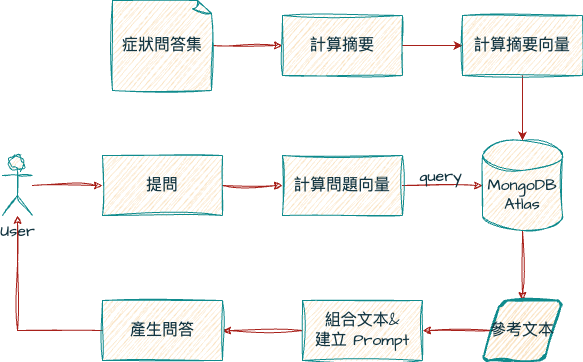
Earlier version of the draw.io export assets/RAG 流程圖.png (nickchen1998/Mediguide). Source tidied: cells renumbered, new cells last; positions are measured from the earlier drawing's top-left corner, leaving out a move shared by most shapes. The source it was exported from:
```xml
<mxGraphModel>
  <root>
    <mxCell id="0" />
    <mxCell id="1" parent="0" />
    <mxCell id="2" style="edgeStyle=orthogonalEdgeStyle;rounded=0;sketch=1;hachureGap=4;jiggle=2;curveFitting=1;jettySize=auto;html=1;fontFamily=Architects Daughter;fontSource=https%3A%2F%2Ffonts.googleapis.com%2Fcss%3Ffamily%3DArchitects%2BDaughter;fontSize=16;labelBackgroundColor=none;strokeColor=#A8201A;fontColor=default;" parent="1" edge="1" source="3" target="5">
      <mxGeometry relative="1" as="geometry" />
    </mxCell>
    <mxCell id="3" value="User" style="shape=umlActor;verticalLabelPosition=bottom;verticalAlign=top;html=1;outlineConnect=0;sketch=1;hachureGap=4;jiggle=2;curveFitting=1;fontFamily=Architects Daughter;fontSource=https%3A%2F%2Ffonts.googleapis.com%2Fcss%3Ffamily%3DArchitects%2BDaughter;fontSize=16;labelBackgroundColor=none;fillColor=#FAE5C7;strokeColor=#0F8B8D;fontColor=#143642;" parent="1" vertex="1">
      <mxGeometry y="155" width="30" height="60" as="geometry" />
    </mxCell>
    <mxCell id="4" style="edgeStyle=orthogonalEdgeStyle;rounded=0;sketch=1;hachureGap=4;jiggle=2;curveFitting=1;jettySize=auto;html=1;fontFamily=Architects Daughter;fontSource=https%3A%2F%2Ffonts.googleapis.com%2Fcss%3Ffamily%3DArchitects%2BDaughter;fontSize=16;labelBackgroundColor=none;strokeColor=#A8201A;fontColor=default;" parent="1" edge="1" source="5" target="8">
      <mxGeometry relative="1" as="geometry" />
    </mxCell>
    <mxCell id="5" value="提問" style="rounded=0;whiteSpace=wrap;html=1;sketch=1;hachureGap=4;jiggle=2;curveFitting=1;fontFamily=Architects Daughter;fontSource=https%3A%2F%2Ffonts.googleapis.com%2Fcss%3Ffamily%3DArchitects%2BDaughter;fontSize=16;labelBackgroundColor=none;fillColor=#FAE5C7;strokeColor=#0F8B8D;fontColor=#143642;" parent="1" vertex="1">
      <mxGeometry x="100" y="155" width="120" height="60" as="geometry" />
    </mxCell>
    <mxCell id="6" style="edgeStyle=orthogonalEdgeStyle;rounded=0;sketch=1;hachureGap=4;jiggle=2;curveFitting=1;jettySize=auto;html=1;fontFamily=Architects Daughter;fontSource=https%3A%2F%2Ffonts.googleapis.com%2Fcss%3Ffamily%3DArchitects%2BDaughter;labelBackgroundColor=none;strokeColor=#A8201A;fontColor=default;fontSize=16;" parent="1" edge="1" source="8" target="10">
      <mxGeometry relative="1" as="geometry" />
    </mxCell>
    <mxCell id="7" value="query" style="edgeLabel;html=1;align=center;verticalAlign=middle;sketch=1;hachureGap=4;jiggle=2;curveFitting=1;fontFamily=Architects Daughter;fontSource=https%3A%2F%2Ffonts.googleapis.com%2Fcss%3Ffamily%3DArchitects%2BDaughter;labelBackgroundColor=none;fontColor=#143642;fontSize=16;" parent="6" vertex="1">
      <mxGeometry x="-0.31" y="-3" relative="1" as="geometry">
        <mxPoint x="9" y="-13" as="offset" />
      </mxGeometry>
    </mxCell>
    <mxCell id="8" value="計算問題向量" style="rounded=0;whiteSpace=wrap;html=1;sketch=1;hachureGap=4;jiggle=2;curveFitting=1;fontFamily=Architects Daughter;fontSource=https%3A%2F%2Ffonts.googleapis.com%2Fcss%3Ffamily%3DArchitects%2BDaughter;fontSize=16;labelBackgroundColor=none;fillColor=#FAE5C7;strokeColor=#0F8B8D;fontColor=#143642;" parent="1" vertex="1">
      <mxGeometry x="280" y="155" width="120" height="60" as="geometry" />
    </mxCell>
    <mxCell id="9" style="edgeStyle=orthogonalEdgeStyle;rounded=0;sketch=1;hachureGap=4;jiggle=2;curveFitting=1;jettySize=auto;html=1;strokeColor=#A8201A;fontFamily=Architects Daughter;fontSource=https%3A%2F%2Ffonts.googleapis.com%2Fcss%3Ffamily%3DArchitects%2BDaughter;fontColor=default;fillColor=#FAE5C7;fontSize=16;labelBackgroundColor=none;" parent="1" edge="1" source="10" target="12">
      <mxGeometry relative="1" as="geometry" />
    </mxCell>
    <mxCell id="10" value="&lt;div&gt;&lt;br&gt;&lt;/div&gt;MongoDB&lt;div&gt;Atlas&lt;/div&gt;" style="strokeWidth=1;html=1;shape=mxgraph.flowchart.database;whiteSpace=wrap;sketch=1;hachureGap=4;jiggle=2;curveFitting=1;fontFamily=Architects Daughter;fontSource=https%3A%2F%2Ffonts.googleapis.com%2Fcss%3Ffamily%3DArchitects%2BDaughter;fontSize=16;labelBackgroundColor=none;fillColor=#FAE5C7;strokeColor=#0F8B8D;fontColor=#143642;" parent="1" vertex="1">
      <mxGeometry x="480" y="140" width="80" height="90" as="geometry" />
    </mxCell>
    <mxCell id="11" style="edgeStyle=orthogonalEdgeStyle;rounded=0;sketch=1;hachureGap=4;jiggle=2;curveFitting=1;jettySize=auto;html=1;strokeColor=#A8201A;fontFamily=Architects Daughter;fontSource=https%3A%2F%2Ffonts.googleapis.com%2Fcss%3Ffamily%3DArchitects%2BDaughter;fontColor=default;fillColor=#FAE5C7;fontSize=16;labelBackgroundColor=none;" parent="1" edge="1" source="12" target="14">
      <mxGeometry relative="1" as="geometry" />
    </mxCell>
    <mxCell id="12" value="參考文本" style="shape=parallelogram;html=1;strokeWidth=2;perimeter=parallelogramPerimeter;whiteSpace=wrap;rounded=1;arcSize=12;size=0.23;sketch=1;hachureGap=4;jiggle=2;curveFitting=1;strokeColor=#0F8B8D;fontFamily=Architects Daughter;fontSource=https%3A%2F%2Ffonts.googleapis.com%2Fcss%3Ffamily%3DArchitects%2BDaughter;fontColor=#143642;fillColor=#FAE5C7;fontSize=16;labelBackgroundColor=none;" parent="1" vertex="1">
      <mxGeometry x="480" y="300" width="80" height="60" as="geometry" />
    </mxCell>
    <mxCell id="13" style="edgeStyle=orthogonalEdgeStyle;rounded=0;sketch=1;hachureGap=4;jiggle=2;curveFitting=1;jettySize=auto;html=1;strokeColor=#A8201A;fontFamily=Architects Daughter;fontSource=https%3A%2F%2Ffonts.googleapis.com%2Fcss%3Ffamily%3DArchitects%2BDaughter;fontColor=default;fillColor=#FAE5C7;fontSize=16;labelBackgroundColor=none;" parent="1" edge="1" source="14" target="16">
      <mxGeometry relative="1" as="geometry" />
    </mxCell>
    <mxCell id="14" value="組合文本&amp;amp;&lt;div&gt;建立 Prompt&lt;/div&gt;" style="rounded=0;whiteSpace=wrap;html=1;sketch=1;hachureGap=4;jiggle=2;curveFitting=1;fontFamily=Architects Daughter;fontSource=https%3A%2F%2Ffonts.googleapis.com%2Fcss%3Ffamily%3DArchitects%2BDaughter;fontSize=16;labelBackgroundColor=none;fillColor=#FAE5C7;strokeColor=#0F8B8D;fontColor=#143642;" parent="1" vertex="1">
      <mxGeometry x="300" y="300" width="120" height="60" as="geometry" />
    </mxCell>
    <mxCell id="15" style="edgeStyle=orthogonalEdgeStyle;rounded=0;sketch=1;hachureGap=4;jiggle=2;curveFitting=1;jettySize=auto;html=1;exitX=0;exitY=0.5;exitDx=0;exitDy=0;strokeColor=#A8201A;fontFamily=Architects Daughter;fontSource=https%3A%2F%2Ffonts.googleapis.com%2Fcss%3Ffamily%3DArchitects%2BDaughter;fontColor=default;fillColor=#FAE5C7;fontSize=16;labelBackgroundColor=none;" parent="1" edge="1" source="16" target="3">
      <mxGeometry relative="1" as="geometry" />
    </mxCell>
    <mxCell id="16" value="產生問答" style="rounded=0;whiteSpace=wrap;html=1;sketch=1;hachureGap=4;jiggle=2;curveFitting=1;fontFamily=Architects Daughter;fontSource=https%3A%2F%2Ffonts.googleapis.com%2Fcss%3Ffamily%3DArchitects%2BDaughter;fontSize=16;labelBackgroundColor=none;fillColor=#FAE5C7;strokeColor=#0F8B8D;fontColor=#143642;" parent="1" vertex="1">
      <mxGeometry x="100" y="300" width="120" height="60" as="geometry" />
    </mxCell>
    <mxCell id="17" style="edgeStyle=orthogonalEdgeStyle;rounded=0;sketch=1;hachureGap=4;jiggle=2;curveFitting=1;jettySize=auto;html=1;strokeColor=#A8201A;fontFamily=Architects Daughter;fontSource=https%3A%2F%2Ffonts.googleapis.com%2Fcss%3Ffamily%3DArchitects%2BDaughter;fontColor=default;fillColor=#FAE5C7;fontSize=16;labelBackgroundColor=none;" parent="1" edge="1" source="18" target="20">
      <mxGeometry relative="1" as="geometry" />
    </mxCell>
    <mxCell id="18" value="症狀問答集" style="whiteSpace=wrap;html=1;shape=mxgraph.basic.document;sketch=1;hachureGap=4;jiggle=2;curveFitting=1;strokeColor=#0F8B8D;fontFamily=Architects Daughter;fontSource=https%3A%2F%2Ffonts.googleapis.com%2Fcss%3Ffamily%3DArchitects%2BDaughter;fontColor=#143642;fillColor=#FAE5C7;fontSize=16;labelBackgroundColor=none;" parent="1" vertex="1">
      <mxGeometry x="110" width="100" height="90" as="geometry" />
    </mxCell>
    <mxCell id="19" style="edgeStyle=orthogonalEdgeStyle;rounded=0;jettySize=auto;html=1;labelBackgroundColor=none;strokeColor=#A8201A;fontColor=default;" parent="1" edge="1" source="20" target="22">
      <mxGeometry relative="1" as="geometry" />
    </mxCell>
    <mxCell id="20" value="計算摘要" style="rounded=0;whiteSpace=wrap;html=1;sketch=1;hachureGap=4;jiggle=2;curveFitting=1;fontFamily=Architects Daughter;fontSource=https%3A%2F%2Ffonts.googleapis.com%2Fcss%3Ffamily%3DArchitects%2BDaughter;fontSize=16;labelBackgroundColor=none;fillColor=#FAE5C7;strokeColor=#0F8B8D;fontColor=#143642;" parent="1" vertex="1">
      <mxGeometry x="280" y="15" width="120" height="60" as="geometry" />
    </mxCell>
    <mxCell id="21" style="edgeStyle=orthogonalEdgeStyle;rounded=0;jettySize=auto;html=1;entryX=0.5;entryY=0;entryDx=0;entryDy=0;entryPerimeter=0;labelBackgroundColor=none;strokeColor=#A8201A;fontColor=default;" parent="1" edge="1" source="22" target="10">
      <mxGeometry relative="1" as="geometry" />
    </mxCell>
    <mxCell id="22" value="計算摘要向量" style="rounded=0;whiteSpace=wrap;html=1;sketch=1;hachureGap=4;jiggle=2;curveFitting=1;fontFamily=Architects Daughter;fontSource=https%3A%2F%2Ffonts.googleapis.com%2Fcss%3Ffamily%3DArchitects%2BDaughter;fontSize=16;labelBackgroundColor=none;fillColor=#FAE5C7;strokeColor=#0F8B8D;fontColor=#143642;" parent="1" vertex="1">
      <mxGeometry x="460" y="15" width="120" height="60" as="geometry" />
    </mxCell>
  </root>
</mxGraphModel>
```
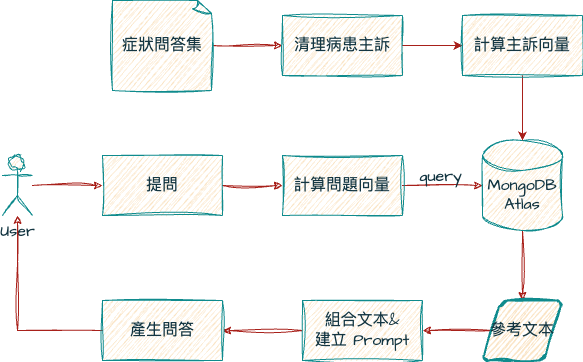
Later version of the same file.

What changed in the source:
```diff
@@ -58,13 +58,13 @@
     <mxCell id="19" style="edgeStyle=orthogonalEdgeStyle;rounded=0;jettySize=auto;html=1;labelBackgroundColor=none;strokeColor=#A8201A;fontColor=default;" parent="1" edge="1" source="20" target="22">
       <mxGeometry relative="1" as="geometry" />
     </mxCell>
-    <mxCell id="20" value="計算摘要" style="rounded=0;whiteSpace=wrap;html=1;sketch=1;hachureGap=4;jiggle=2;curveFitting=1;fontFamily=Architects Daughter;fontSource=https%3A%2F%2Ffonts.googleapis.com%2Fcss%3Ffamily%3DArchitects%2BDaughter;fontSize=16;labelBackgroundColor=none;fillColor=#FAE5C7;strokeColor=#0F8B8D;fontColor=#143642;" parent="1" vertex="1">
+    <mxCell id="20" value="清理病患主訴" style="rounded=0;whiteSpace=wrap;html=1;sketch=1;hachureGap=4;jiggle=2;curveFitting=1;fontFamily=Architects Daughter;fontSource=https%3A%2F%2Ffonts.googleapis.com%2Fcss%3Ffamily%3DArchitects%2BDaughter;fontSize=16;labelBackgroundColor=none;fillColor=#FAE5C7;strokeColor=#0F8B8D;fontColor=#143642;" parent="1" vertex="1">
       <mxGeometry x="280" y="15" width="120" height="60" as="geometry" />
     </mxCell>
     <mxCell id="21" style="edgeStyle=orthogonalEdgeStyle;rounded=0;jettySize=auto;html=1;entryX=0.5;entryY=0;entryDx=0;entryDy=0;entryPerimeter=0;labelBackgroundColor=none;strokeColor=#A8201A;fontColor=default;" parent="1" edge="1" source="22" target="10">
       <mxGeometry relative="1" as="geometry" />
     </mxCell>
-    <mxCell id="22" value="計算摘要向量" style="rounded=0;whiteSpace=wrap;html=1;sketch=1;hachureGap=4;jiggle=2;curveFitting=1;fontFamily=Architects Daughter;fontSource=https%3A%2F%2Ffonts.googleapis.com%2Fcss%3Ffamily%3DArchitects%2BDaughter;fontSize=16;labelBackgroundColor=none;fillColor=#FAE5C7;strokeColor=#0F8B8D;fontColor=#143642;" parent="1" vertex="1">
+    <mxCell id="22" value="計算主訴向量" style="rounded=0;whiteSpace=wrap;html=1;sketch=1;hachureGap=4;jiggle=2;curveFitting=1;fontFamily=Architects Daughter;fontSource=https%3A%2F%2Ffonts.googleapis.com%2Fcss%3Ffamily%3DArchitects%2BDaughter;fontSize=16;labelBackgroundColor=none;fillColor=#FAE5C7;strokeColor=#0F8B8D;fontColor=#143642;" parent="1" vertex="1">
       <mxGeometry x="460" y="15" width="120" height="60" as="geometry" />
     </mxCell>
   </root>
```
